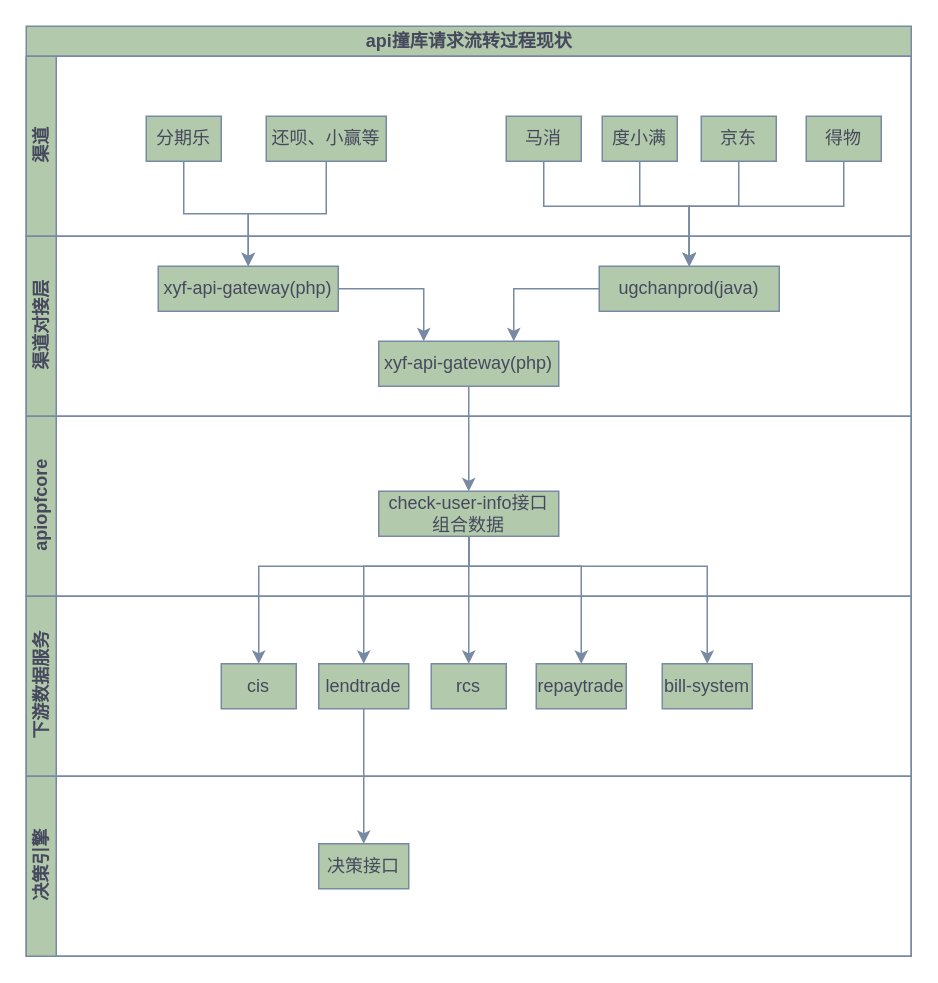
The draw.io diagram api撞库请求流转过程现状.drawio in yuanlj-tea/picgo, before the edit. Source tidied: cells renumbered, new cells numbered last; positions are measured from the earlier drawing's top-left corner, leaving out a move shared by most shapes. Both pictures are drawn from the tidied source at 150%, with x=0, y=0 at pixel (26, 26).
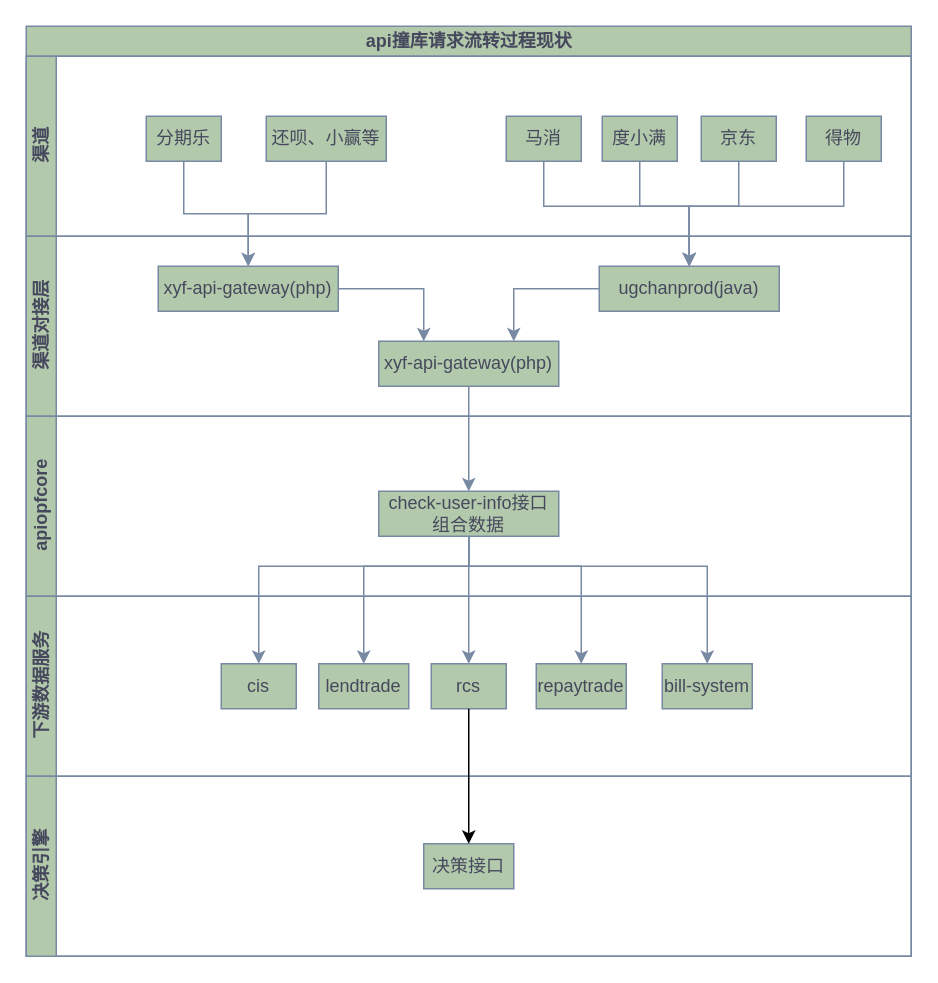
The same diagram, later.

Commit message:
更新api撞库请求流转过程现状.drawio

The change refers to these unchanged cells:
```xml
<mxCell id="2" value="api撞库请求流转过程现状" style="swimlane;horizontal=1;startSize=20;html=1;strokeColor=#788AA3;fontColor=#46495D;fillColor=#B2C9AB;" parent="1" vertex="1">
  <mxGeometry width="590" height="620" as="geometry" />
</mxCell>
<mxCell id="20" value="lendtrade" style="rounded=0;whiteSpace=wrap;html=1;strokeColor=#788AA3;fontColor=#46495D;fillColor=#B2C9AB;" parent="18" vertex="1">
  <mxGeometry x="195" y="45" width="60" height="30" as="geometry" />
</mxCell>
<mxCell id="21" value="rcs" style="rounded=0;whiteSpace=wrap;html=1;strokeColor=#788AA3;fontColor=#46495D;fillColor=#B2C9AB;" parent="18" vertex="1">
  <mxGeometry x="270" y="45" width="50" height="30" as="geometry" />
</mxCell>
<mxCell id="24" value="决策引擎" style="swimlane;startSize=20;horizontal=0;html=1;strokeColor=#788AA3;fontColor=#46495D;fillColor=#B2C9AB;" parent="2" vertex="1">
  <mxGeometry y="500" width="590" height="120" as="geometry" />
</mxCell>
```

The edit, as a diff of the source:
```diff
@@
     <mxCell id="25" value="决策接口" style="rounded=0;whiteSpace=wrap;html=1;strokeColor=#788AA3;fontColor=#46495D;fillColor=#B2C9AB;" parent="24" vertex="1">
-      <mxGeometry x="195" y="45" width="60" height="30" as="geometry" />
+      <mxGeometry x="265" y="45" width="60" height="30" as="geometry" />
     </mxCell>
@@
-    <mxCell id="34" style="edgeStyle=orthogonalEdgeStyle;rounded=0;jettySize=auto;html=1;strokeColor=#788AA3;fontColor=#46495D;fillColor=#B2C9AB;" parent="2" edge="1" source="20" target="25">
-      <mxGeometry relative="1" as="geometry" />
-    </mxCell>
@@
+    <mxCell id="39" style="edgeStyle=orthogonalEdgeStyle;rounded=0;jettySize=auto;html=1;entryX=0.5;entryY=0;entryDx=0;entryDy=0;" parent="2" edge="1" source="21" target="25">
+      <mxGeometry relative="1" as="geometry" />
+    </mxCell>
```
